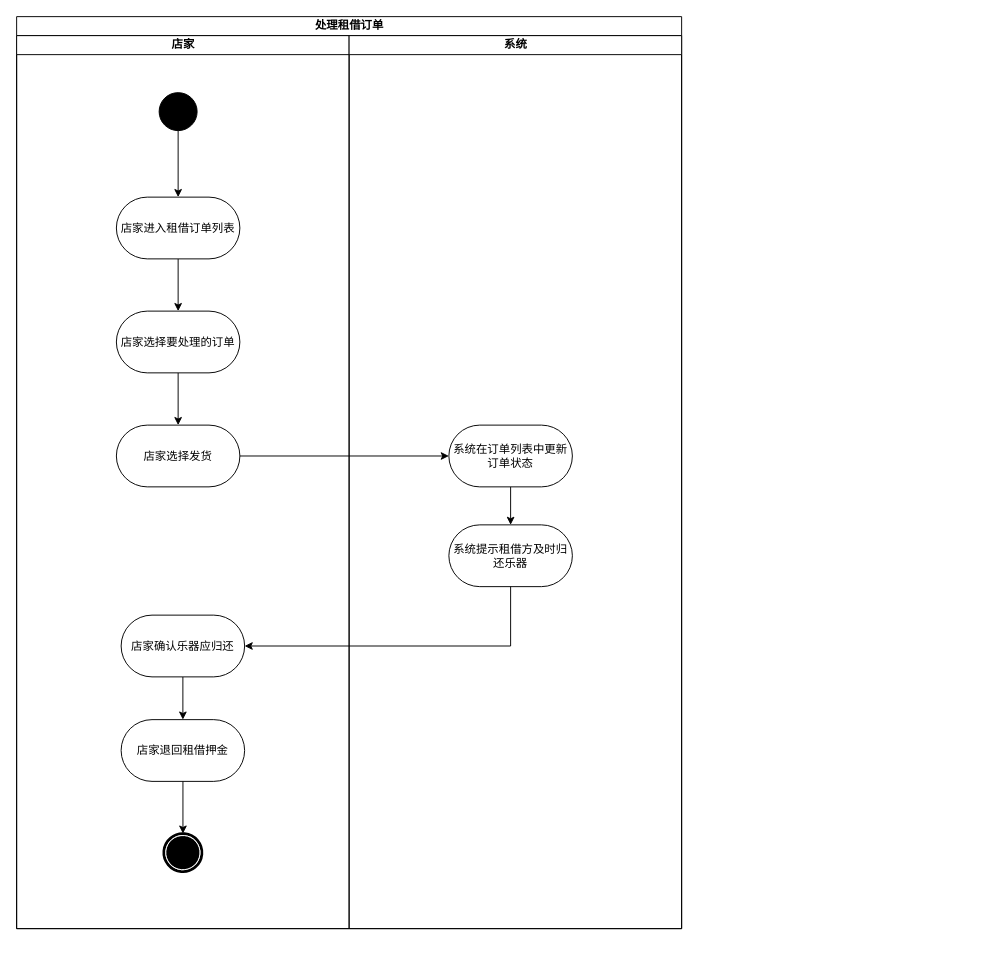
This is page "功能建模" (1 of 2) of 文档/需求分析规约文档/三种建模/15处理租借订单用例建模.drawio from w1ntercube/TJ-SE-Design, a draw.io file, before an edit. Source tidied: cells renumbered, new cells numbered last; positions are measured from the earlier drawing's top-left corner, leaving out a move shared by most shapes. Both pictures are drawn from the tidied source at 95%, with x=0, y=0 at pixel (16, 16).
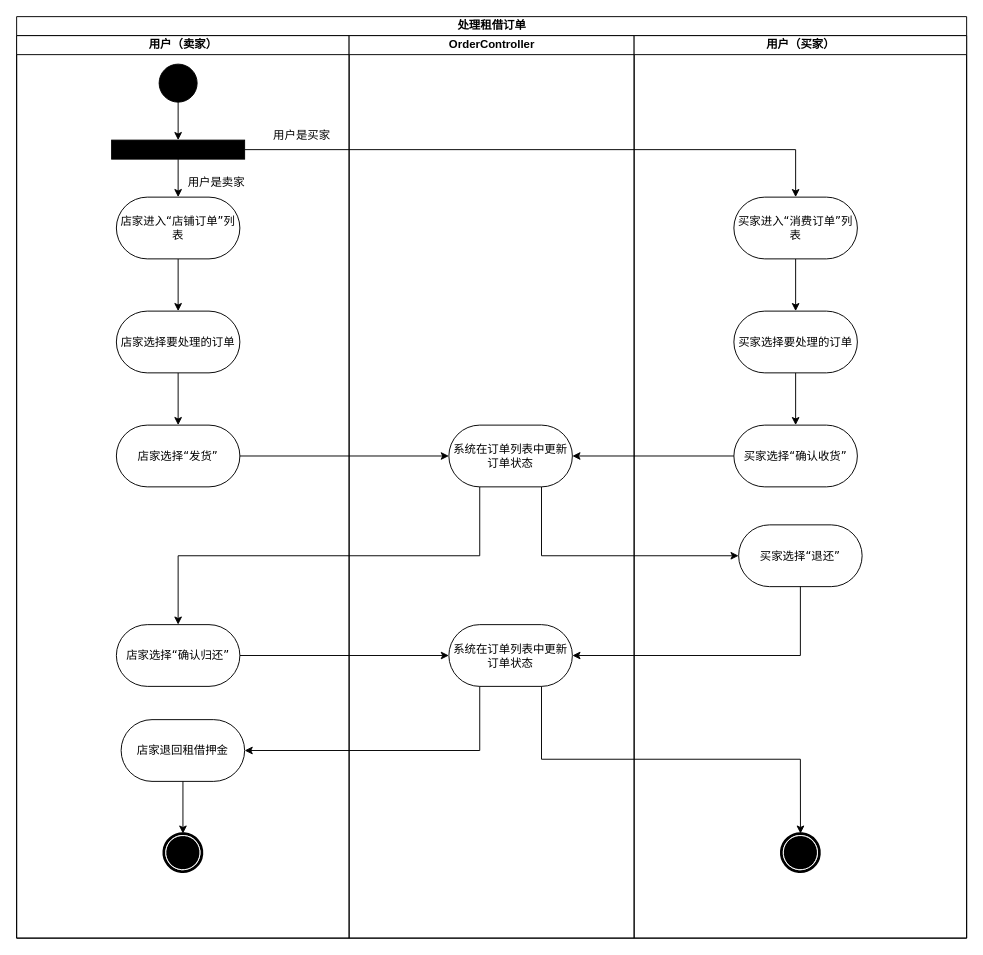
After the change.

Unchanged cells that the change refers to:
```xml
<mxCell id="13" value="店家退回租借押金" style="whiteSpace=wrap;html=1;fontFamily=Verdana;rounded=1;shadow=0;comic=0;labelBackgroundColor=none;strokeWidth=1;arcSize=50;" parent="3" vertex="1">
  <mxGeometry x="110" y="720" width="130" height="65" as="geometry" />
</mxCell>
<mxCell id="18" value="系统在订单列表中更新订单状态" style="whiteSpace=wrap;html=1;fontFamily=Verdana;rounded=1;shadow=0;comic=0;labelBackgroundColor=none;strokeWidth=1;arcSize=50;" parent="16" vertex="1">
  <mxGeometry x="105" y="410" width="130" height="65" as="geometry" />
</mxCell>
```

The edit, as a diff of the source:
```diff
@@
     <mxCell id="2" value="处理租借订单" style="swimlane;html=1;startSize=20;rounded=0;shadow=0;comic=0;labelBackgroundColor=none;strokeWidth=1;fontFamily=Verdana;fontSize=12;align=center;" parent="1" vertex="1">
-      <mxGeometry width="700" height="960" as="geometry" />
+      <mxGeometry width="1000" height="970" as="geometry" />
     </mxCell>
-    <mxCell id="3" value="店家" style="swimlane;html=1;startSize=20;" parent="2" vertex="1">
-      <mxGeometry y="20" width="350" height="940" as="geometry" />
+    <mxCell id="3" value="用户（卖家）" style="swimlane;html=1;startSize=20;" parent="2" vertex="1">
+      <mxGeometry y="20" width="350" height="950" as="geometry" />
     </mxCell>
-    <mxCell id="4" style="edgeStyle=orthogonalEdgeStyle;rounded=0;jettySize=auto;html=1;" parent="3" edge="1" source="5" target="8">
-      <mxGeometry relative="1" as="geometry" />
-    </mxCell>
-    <mxCell id="5" style="ellipse;whiteSpace=wrap;html=1;rounded=0;shadow=0;comic=0;labelBackgroundColor=none;strokeWidth=1;fillColor=#000000;fontFamily=Verdana;fontSize=12;align=center;" parent="3" vertex="1">
-      <mxGeometry x="150" y="60" width="40" height="40" as="geometry" />
-    </mxCell>
-    <mxCell id="6" value="店家选择发货" style="whiteSpace=wrap;html=1;fontFamily=Verdana;rounded=1;shadow=0;comic=0;labelBackgroundColor=none;strokeWidth=1;arcSize=50;" parent="3" vertex="1">
+    <mxCell id="6" value="店家选择“发货”" style="whiteSpace=wrap;html=1;fontFamily=Verdana;rounded=1;shadow=0;comic=0;labelBackgroundColor=none;strokeWidth=1;arcSize=50;" parent="3" vertex="1">
       <mxGeometry x="105" y="410" width="130" height="65" as="geometry" />
     </mxCell>
@@
-    <mxCell id="8" value="店家进入租借订单列表" style="whiteSpace=wrap;html=1;fontFamily=Verdana;rounded=1;shadow=0;comic=0;labelBackgroundColor=none;strokeWidth=1;arcSize=50;" parent="3" vertex="1">
+    <mxCell id="8" value="店家进入“店铺订单”列表" style="whiteSpace=wrap;html=1;fontFamily=Verdana;rounded=1;shadow=0;comic=0;labelBackgroundColor=none;strokeWidth=1;arcSize=50;" parent="3" vertex="1">
       <mxGeometry x="105" y="170" width="130" height="65" as="geometry" />
     </mxCell>
@@
-    <mxCell id="11" style="edgeStyle=orthogonalEdgeStyle;rounded=0;jettySize=auto;html=1;entryX=0.5;entryY=0;entryDx=0;entryDy=0;" parent="3" edge="1" source="12" target="13">
-      <mxGeometry relative="1" as="geometry" />
-    </mxCell>
-    <mxCell id="12" value="店家确认乐器应归还" style="whiteSpace=wrap;html=1;fontFamily=Verdana;rounded=1;shadow=0;comic=0;labelBackgroundColor=none;strokeWidth=1;arcSize=50;" parent="3" vertex="1">
-      <mxGeometry x="110" y="610" width="130" height="65" as="geometry" />
+    <mxCell id="12" value="店家选择“确认归还”" style="whiteSpace=wrap;html=1;fontFamily=Verdana;rounded=1;shadow=0;comic=0;labelBackgroundColor=none;strokeWidth=1;arcSize=50;" parent="3" vertex="1">
+      <mxGeometry x="105" y="620" width="130" height="65" as="geometry" />
     </mxCell>
@@
+    <mxCell id="5" style="ellipse;whiteSpace=wrap;html=1;rounded=0;shadow=0;comic=0;labelBackgroundColor=none;strokeWidth=1;fillColor=#000000;fontFamily=Verdana;fontSize=12;align=center;" parent="3" vertex="1">
+      <mxGeometry x="150" y="30" width="40" height="40" as="geometry" />
+    </mxCell>
+    <mxCell id="22" value="用户是卖家" style="text;html=1;align=center;verticalAlign=middle;strokeColor=none;fillColor=none;" parent="3" vertex="1">
+      <mxGeometry x="170" y="140" width="80" height="30" as="geometry" />
+    </mxCell>
+    <mxCell id="23" style="edgeStyle=orthogonalEdgeStyle;rounded=0;jettySize=auto;html=1;exitX=0.5;exitY=1;exitDx=0;exitDy=0;" parent="3" edge="1" source="24" target="8">
+      <mxGeometry relative="1" as="geometry" />
+    </mxCell>
+    <mxCell id="24" style="rounded=0;whiteSpace=wrap;html=1;fillColor=#000000;" parent="3" vertex="1">
+      <mxGeometry x="100" y="110" width="140" height="20" as="geometry" />
+    </mxCell>
+    <mxCell id="4" style="edgeStyle=orthogonalEdgeStyle;rounded=0;jettySize=auto;html=1;" parent="3" edge="1" source="5" target="24">
+      <mxGeometry relative="1" as="geometry" />
+    </mxCell>
+    <mxCell id="25" value="用户是买家" style="text;html=1;align=center;verticalAlign=middle;strokeColor=none;fillColor=none;" parent="3" vertex="1">
+      <mxGeometry x="260" y="90" width="80" height="30" as="geometry" />
+    </mxCell>
-    <mxCell id="16" value="系统" style="swimlane;html=1;startSize=20;" parent="2" vertex="1">
-      <mxGeometry x="350" y="20" width="350" height="940" as="geometry" />
+    <mxCell id="16" value="OrderController" style="swimlane;html=1;startSize=20;" parent="2" vertex="1">
+      <mxGeometry x="350" y="20" width="300" height="950" as="geometry" />
     </mxCell>
-    <mxCell id="17" style="edgeStyle=orthogonalEdgeStyle;rounded=0;jettySize=auto;html=1;" parent="16" edge="1" source="18" target="19">
-      <mxGeometry relative="1" as="geometry" />
-    </mxCell>
@@
-    <mxCell id="19" value="系统提示租借方及时归还乐器" style="whiteSpace=wrap;html=1;fontFamily=Verdana;rounded=1;shadow=0;comic=0;labelBackgroundColor=none;strokeWidth=1;arcSize=50;" parent="16" vertex="1">
-      <mxGeometry x="105" y="515" width="130" height="65" as="geometry" />
-    </mxCell>
+    <mxCell id="26" value="系统在订单列表中更新订单状态" style="whiteSpace=wrap;html=1;fontFamily=Verdana;rounded=1;shadow=0;comic=0;labelBackgroundColor=none;strokeWidth=1;arcSize=50;" parent="16" vertex="1">
+      <mxGeometry x="105" y="620" width="130" height="65" as="geometry" />
+    </mxCell>
@@
-    <mxCell id="21" style="edgeStyle=orthogonalEdgeStyle;rounded=0;jettySize=auto;html=1;entryX=1;entryY=0.5;entryDx=0;entryDy=0;" parent="2" edge="1" source="19" target="12">
-      <mxGeometry relative="1" as="geometry">
-        <Array as="points">
-          <mxPoint x="520" y="663" />
-        </Array>
-      </mxGeometry>
-    </mxCell>
+    <mxCell id="27" value="用户（买家）" style="swimlane;html=1;startSize=20;" parent="2" vertex="1">
+      <mxGeometry x="650" y="20" width="350" height="950" as="geometry" />
+    </mxCell>
+    <mxCell id="28" value="买家选择“确认收货”" style="whiteSpace=wrap;html=1;fontFamily=Verdana;rounded=1;shadow=0;comic=0;labelBackgroundColor=none;strokeWidth=1;arcSize=50;" parent="27" vertex="1">
+      <mxGeometry x="105" y="410" width="130" height="65" as="geometry" />
+    </mxCell>
+    <mxCell id="29" style="edgeStyle=orthogonalEdgeStyle;rounded=0;jettySize=auto;html=1;" parent="27" edge="1" source="30" target="32">
+      <mxGeometry relative="1" as="geometry" />
+    </mxCell>
+    <mxCell id="30" value="买家进入“消费订单”列表" style="whiteSpace=wrap;html=1;fontFamily=Verdana;rounded=1;shadow=0;comic=0;labelBackgroundColor=none;strokeWidth=1;arcSize=50;" parent="27" vertex="1">
+      <mxGeometry x="105" y="170" width="130" height="65" as="geometry" />
+    </mxCell>
+    <mxCell id="31" style="edgeStyle=orthogonalEdgeStyle;rounded=0;jettySize=auto;html=1;entryX=0.5;entryY=0;entryDx=0;entryDy=0;" parent="27" edge="1" source="32" target="28">
+      <mxGeometry relative="1" as="geometry" />
+    </mxCell>
+    <mxCell id="32" value="买家选择要处理的订单" style="whiteSpace=wrap;html=1;fontFamily=Verdana;rounded=1;shadow=0;comic=0;labelBackgroundColor=none;strokeWidth=1;arcSize=50;" parent="27" vertex="1">
+      <mxGeometry x="105" y="290" width="130" height="65" as="geometry" />
+    </mxCell>
+    <mxCell id="33" value="买家选择“退还”" style="whiteSpace=wrap;html=1;fontFamily=Verdana;rounded=1;shadow=0;comic=0;labelBackgroundColor=none;strokeWidth=1;arcSize=50;" parent="27" vertex="1">
+      <mxGeometry x="110" y="515" width="130" height="65" as="geometry" />
+    </mxCell>
+    <mxCell id="34" style="shape=mxgraph.bpmn.shape;html=1;verticalLabelPosition=bottom;labelBackgroundColor=#ffffff;verticalAlign=top;perimeter=ellipsePerimeter;outline=end;symbol=terminate;rounded=0;shadow=0;comic=0;strokeWidth=1;fontFamily=Verdana;fontSize=12;align=center;rotation=5;" parent="27" vertex="1">
+      <mxGeometry x="155" y="840" width="40" height="40" as="geometry" />
+    </mxCell>
+    <mxCell id="35" style="edgeStyle=orthogonalEdgeStyle;rounded=0;jettySize=auto;html=1;exitX=0;exitY=0.5;exitDx=0;exitDy=0;" parent="2" edge="1" source="28" target="18">
+      <mxGeometry relative="1" as="geometry" />
+    </mxCell>
+    <mxCell id="36" style="edgeStyle=orthogonalEdgeStyle;rounded=0;jettySize=auto;html=1;exitX=1;exitY=0.5;exitDx=0;exitDy=0;" parent="2" edge="1" source="24" target="30">
+      <mxGeometry relative="1" as="geometry" />
+    </mxCell>
+    <mxCell id="37" style="edgeStyle=orthogonalEdgeStyle;rounded=0;jettySize=auto;html=1;exitX=0.75;exitY=1;exitDx=0;exitDy=0;entryX=0;entryY=0.5;entryDx=0;entryDy=0;" parent="2" edge="1" source="18" target="33">
+      <mxGeometry relative="1" as="geometry" />
+    </mxCell>
+    <mxCell id="38" style="edgeStyle=orthogonalEdgeStyle;rounded=0;jettySize=auto;html=1;exitX=0.5;exitY=1;exitDx=0;exitDy=0;entryX=1;entryY=0.5;entryDx=0;entryDy=0;" parent="2" edge="1" source="33" target="26">
+      <mxGeometry relative="1" as="geometry" />
+    </mxCell>
+    <mxCell id="39" style="edgeStyle=orthogonalEdgeStyle;rounded=0;jettySize=auto;html=1;exitX=0.25;exitY=1;exitDx=0;exitDy=0;" parent="2" edge="1" source="18" target="12">
+      <mxGeometry relative="1" as="geometry" />
+    </mxCell>
+    <mxCell id="40" style="edgeStyle=orthogonalEdgeStyle;rounded=0;jettySize=auto;html=1;exitX=1;exitY=0.5;exitDx=0;exitDy=0;" parent="2" edge="1" source="12" target="26">
+      <mxGeometry relative="1" as="geometry" />
+    </mxCell>
+    <mxCell id="41" style="edgeStyle=orthogonalEdgeStyle;rounded=0;jettySize=auto;html=1;exitX=0.25;exitY=1;exitDx=0;exitDy=0;entryX=1;entryY=0.5;entryDx=0;entryDy=0;" parent="2" edge="1" source="26" target="13">
+      <mxGeometry relative="1" as="geometry" />
+    </mxCell>
+    <mxCell id="42" style="edgeStyle=orthogonalEdgeStyle;rounded=0;jettySize=auto;html=1;exitX=0.75;exitY=1;exitDx=0;exitDy=0;" parent="2" edge="1" source="26" target="34">
+      <mxGeometry relative="1" as="geometry" />
+    </mxCell>
```
